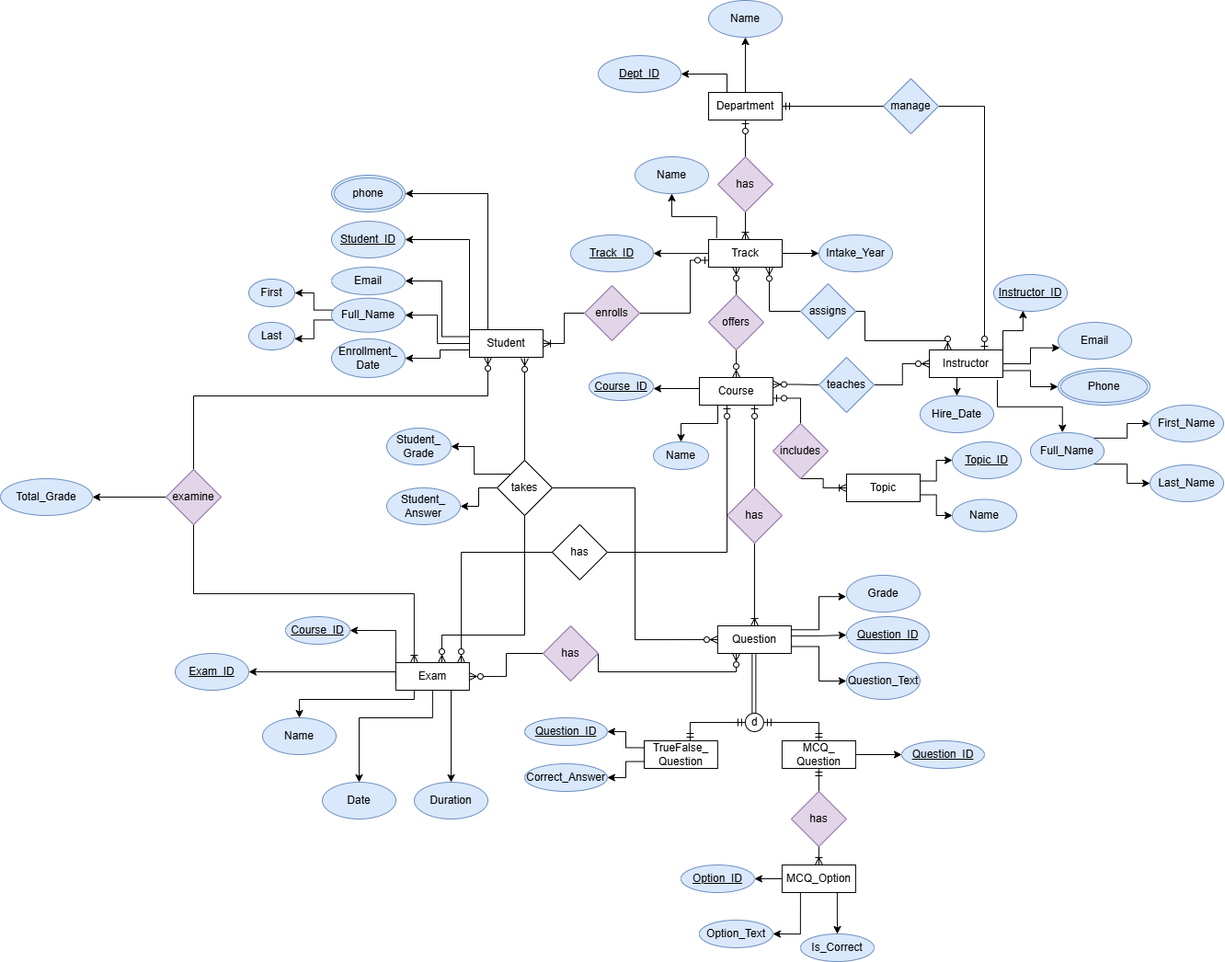
The draw.io diagram Diagrams/ExaminationSystemERD.drawio.png in EmanHamam/ExamSystemDB, before a commit. Source tidied: cells renumbered, new cells last; positions are measured from the earlier drawing's top-left corner, leaving out a move shared by most shapes.
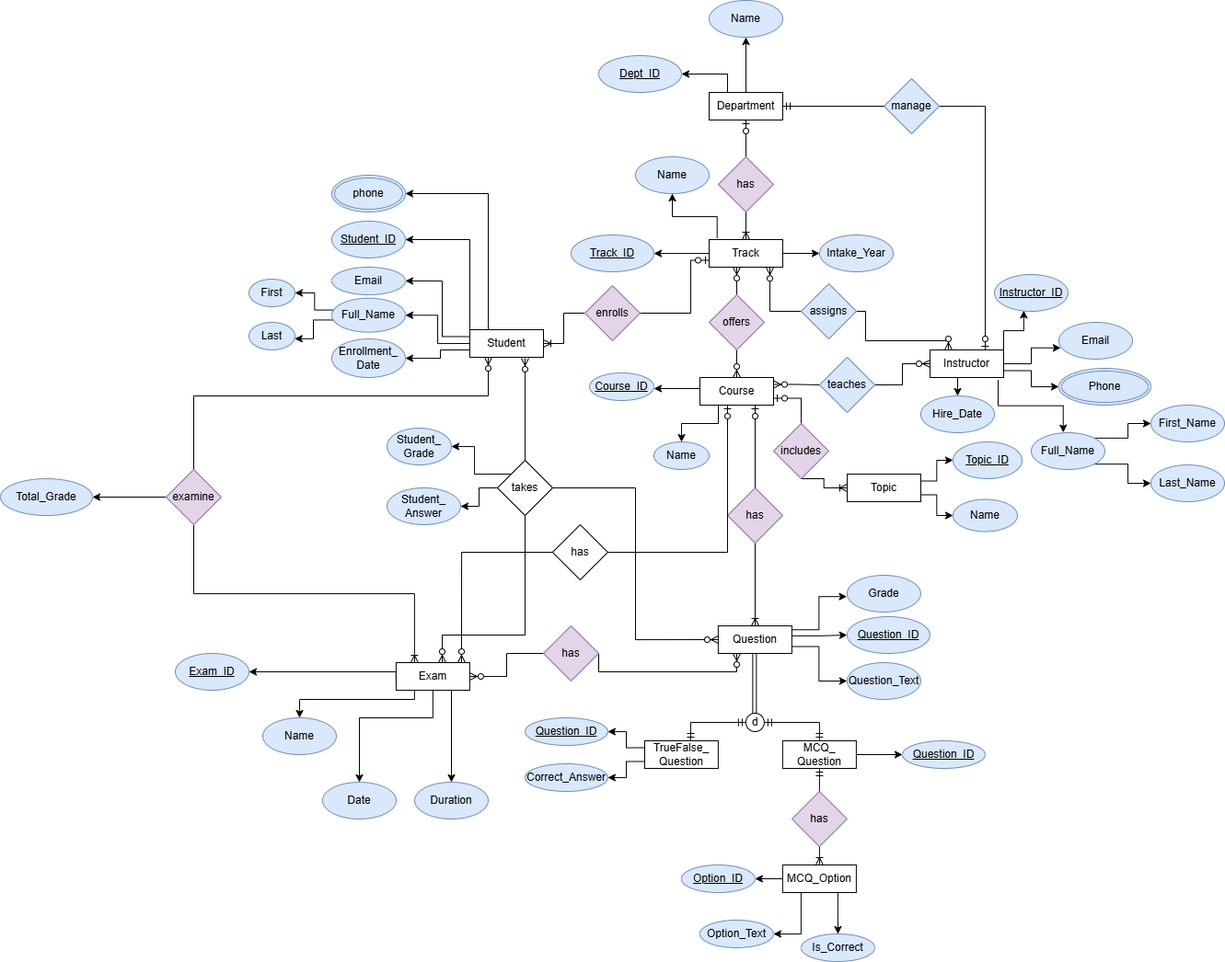
Above is the later version.

Commit message:
Update in Crsid in ERD

The edit, as a diff of the source:
```diff
@@ -104,9 +104,6 @@
     <mxCell id="24" style="edgeStyle=orthogonalEdgeStyle;rounded=0;jettySize=auto;html=1;exitX=1;exitY=0.5;exitDx=0;exitDy=0;entryX=0;entryY=0.5;entryDx=0;entryDy=0;endArrow=none;endFill=0;startArrow=ERzeroToMany;startFill=0;" parent="1" edge="1" source="26" target="132">
       <mxGeometry relative="1" as="geometry" />
     </mxCell>
-    <mxCell id="25" style="edgeStyle=orthogonalEdgeStyle;rounded=0;jettySize=auto;html=1;exitX=0;exitY=0;exitDx=0;exitDy=0;entryX=1;entryY=0.5;entryDx=0;entryDy=0;" parent="1" edge="1" source="26" target="135">
-      <mxGeometry relative="1" as="geometry" />
-    </mxCell>
     <mxCell id="26" value="Exam" style="whiteSpace=wrap;html=1;align=center;" parent="1" vertex="1">
       <mxGeometry x="429.9" y="720" width="80" height="30" as="geometry" />
     </mxCell>
@@ -485,9 +482,6 @@
     <mxCell id="134" style="edgeStyle=orthogonalEdgeStyle;rounded=0;jettySize=auto;html=1;exitX=0;exitY=0;exitDx=0;exitDy=0;entryX=1;entryY=0.5;entryDx=0;entryDy=0;" parent="1" edge="1" source="109" target="133">
       <mxGeometry relative="1" as="geometry" />
     </mxCell>
-    <mxCell id="135" value="Course_ID" style="ellipse;whiteSpace=wrap;html=1;align=center;fontStyle=4;fillColor=#dae8fc;strokeColor=#6c8ebf;" parent="1" vertex="1">
-      <mxGeometry x="310" y="670" width="70" height="30" as="geometry" />
-    </mxCell>
     <mxCell id="136" style="edgeStyle=orthogonalEdgeStyle;rounded=0;jettySize=auto;html=1;exitX=1;exitY=0.5;exitDx=0;exitDy=0;endArrow=ERzeroToOne;endFill=0;" parent="1" edge="1" source="137">
       <mxGeometry relative="1" as="geometry">
         <mxPoint x="790" y="440" as="targetPoint" />
```
